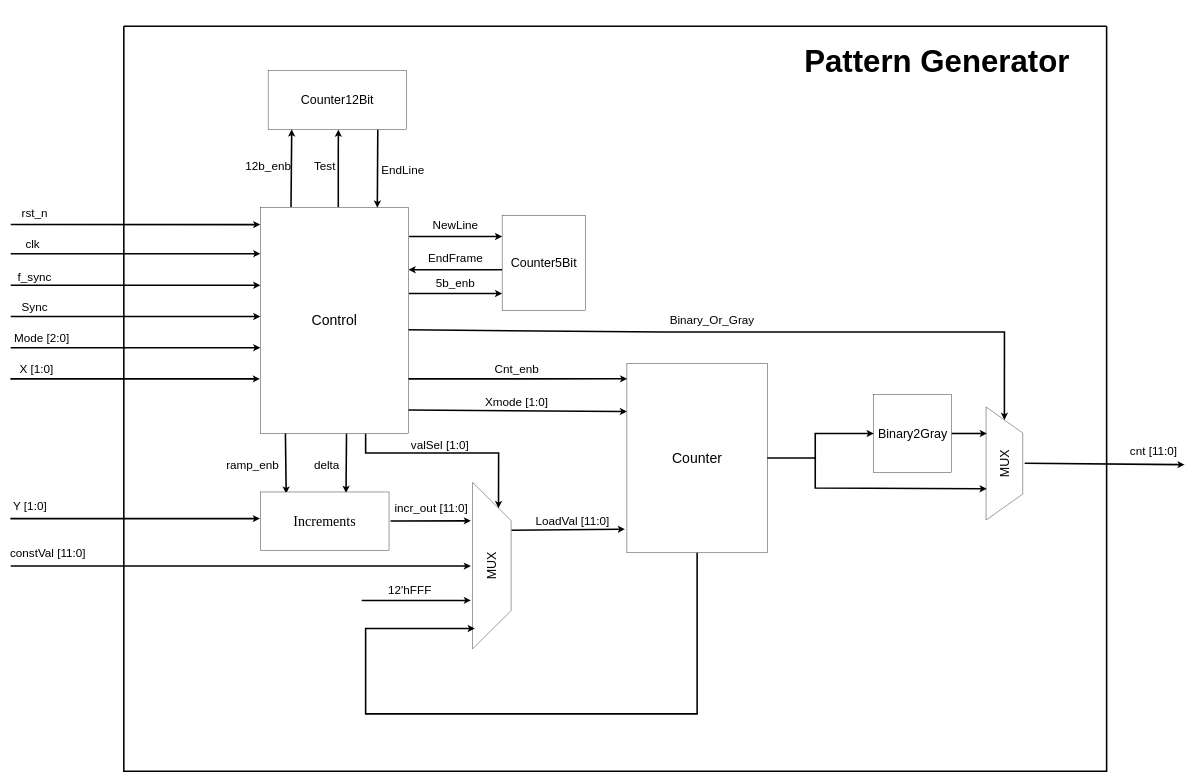
Earlier version of the draw.io diagram Diagrams/Block_diagram.drawio (sabarioded/Patterns_Project). Source tidied: cells renumbered, new cells numbered last; positions are measured from the earlier drawing's top-left corner, leaving out a move shared by most shapes. Both pictures are drawn from the tidied source at 39%, with x=0, y=0 at pixel (7, 7).
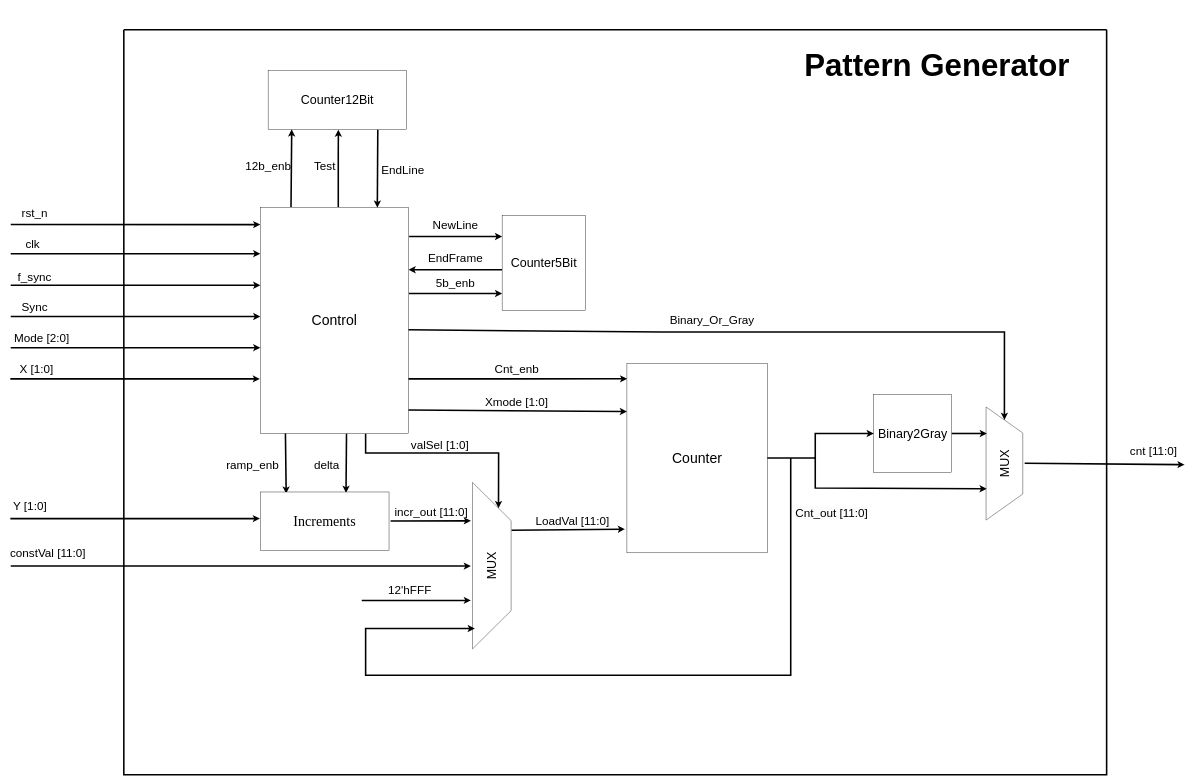
After the change.

Unchanged cells that the change refers to:
```xml
<mxCell id="35" value="&lt;font style=&quot;font-size: 32px;&quot;&gt;MUX&lt;/font&gt;" style="verticalLabelPosition=middle;verticalAlign=middle;html=1;shape=trapezoid;perimeter=trapezoidPerimeter;whiteSpace=wrap;size=0.23;arcSize=10;flipV=1;labelPosition=center;align=center;rotation=-90;" parent="1" vertex="1">
  <mxGeometry x="1030.1" y="1383.4" width="427" height="99" as="geometry" />
</mxCell>
<mxCell id="40" value="&lt;font style=&quot;font-size: 36px;&quot;&gt;Counter&lt;/font&gt;" style="rounded=0;whiteSpace=wrap;html=1;" parent="1" vertex="1">
  <mxGeometry x="1590" y="914" width="360" height="486" as="geometry" />
</mxCell>
```

What changed in the source:
```diff
@@
-    <mxCell id="55" style="endArrow=classic;html=1;rounded=0;entryX=0.123;entryY=0.941;entryDx=0;entryDy=0;entryPerimeter=0;exitX=0.5;exitY=1;exitDx=0;exitDy=0;strokeWidth=4;" parent="1" edge="1" source="40" target="35">
+    <mxCell id="55" style="endArrow=classic;html=1;rounded=0;entryX=0.123;entryY=0.941;entryDx=0;entryDy=0;entryPerimeter=0;strokeWidth=4;" parent="1" edge="1" target="35">
       <mxGeometry relative="1" as="geometry">
+        <mxPoint x="2010" y="1157" as="sourcePoint" />
         <Array as="points">
-          <mxPoint x="1770" y="1813" />
-          <mxPoint x="920" y="1813" />
+          <mxPoint x="2010" y="1714" />
+          <mxPoint x="920" y="1714" />
           <mxPoint x="920" y="1594" />
         </Array>
       </mxGeometry>
     </mxCell>
@@
     <mxCell id="61" style="swimlane;startSize=0;strokeWidth=4;" parent="1" vertex="1">
-      <mxGeometry x="300" y="50" width="2520" height="1910" as="geometry" />
+      <mxGeometry x="300" y="59" width="2520" height="1910" as="geometry" />
     </mxCell>
@@
+    <mxCell id="65" value="&lt;span style=&quot;color: rgb(0, 0, 0); font-family: Helvetica; font-size: 30px; font-style: normal; font-variant-ligatures: normal; font-variant-caps: normal; font-weight: 400; letter-spacing: normal; orphans: 2; text-align: center; text-indent: 0px; text-transform: none; widows: 2; word-spacing: 0px; -webkit-text-stroke-width: 0px; white-space: nowrap; background-color: rgb(251, 251, 251); text-decoration-thickness: initial; text-decoration-style: initial; text-decoration-color: initial; display: inline !important; float: none;&quot;&gt;Cnt_out [11:0]&lt;/span&gt;" style="text;whiteSpace=wrap;html=1;" parent="1" vertex="1">
+      <mxGeometry x="2020" y="1274" width="150" height="60" as="geometry" />
+    </mxCell>
```
